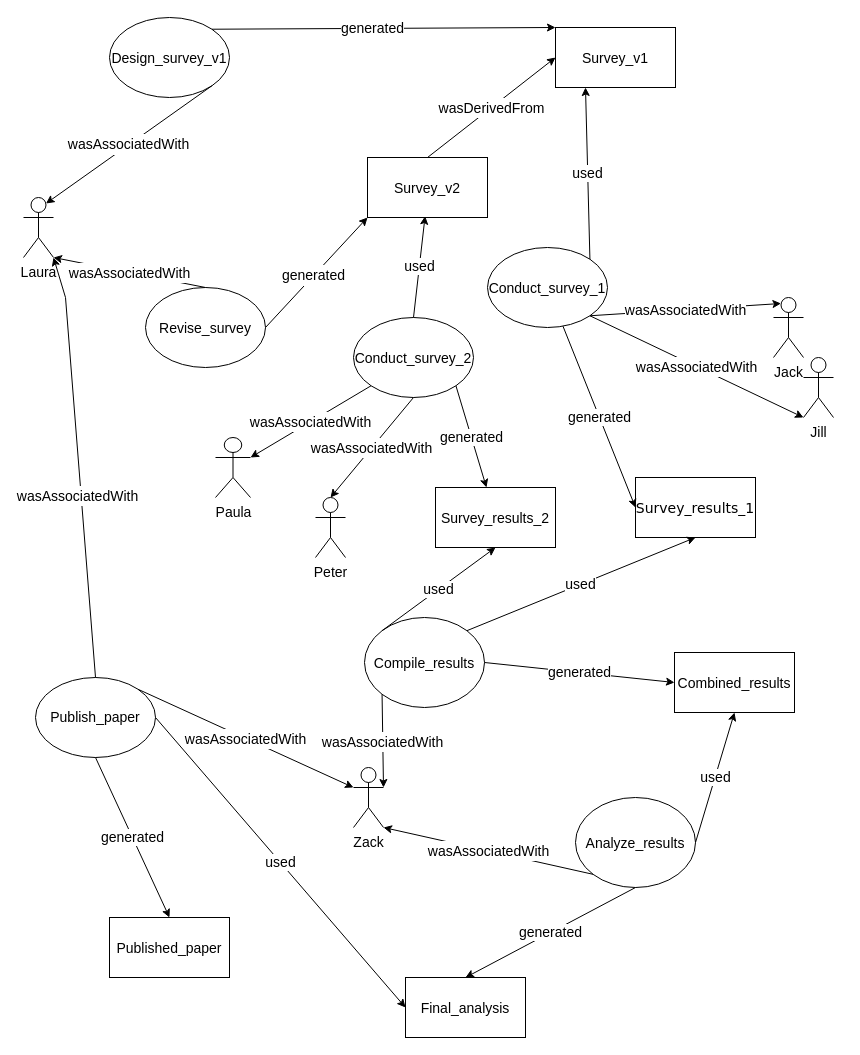
mragsp/Seminar3 keeps this draw.io diagram as seminar3.drawio. Above is the earlier version. Source tidied: cells renumbered, new cells numbered last; positions are measured from the earlier drawing's top-left corner, leaving out a move shared by most shapes. Both pictures are drawn from the tidied source at 100%, with x=0, y=0 at pixel (23, 17).
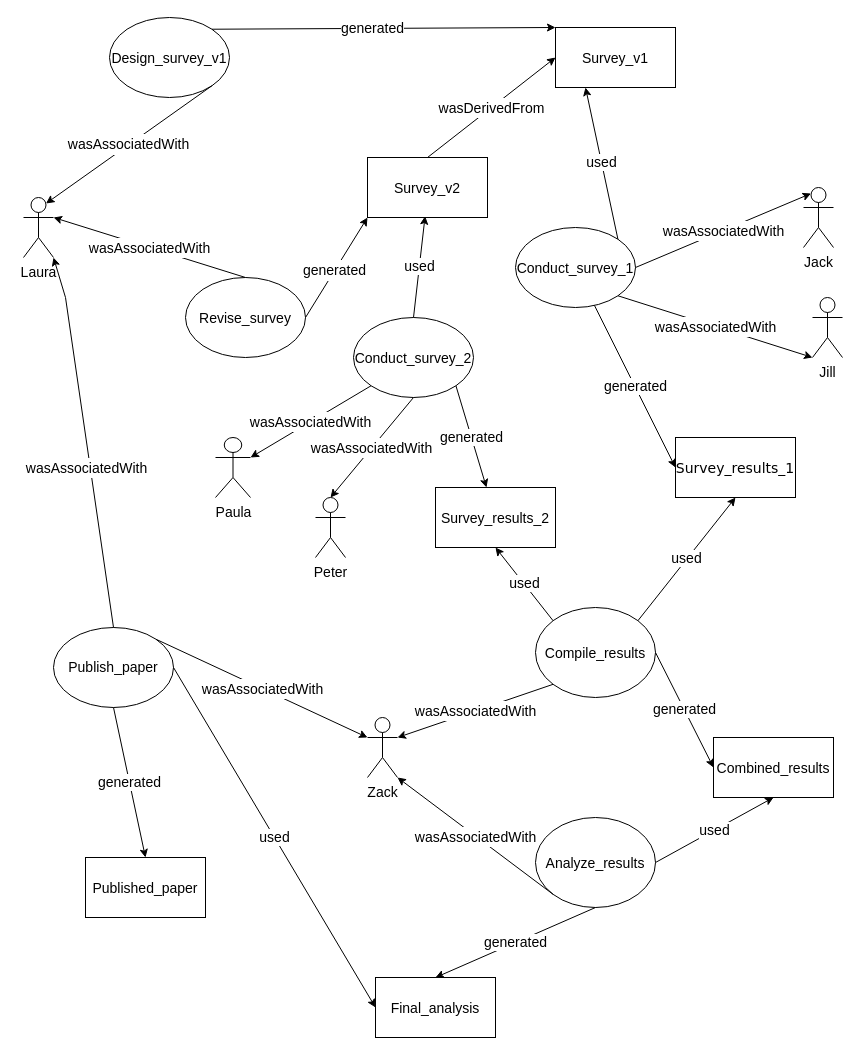
The same page after the edit.

The change refers to these unchanged cells:
```xml
<mxCell id="15" value="&lt;font style=&quot;font-size: 14px;&quot;&gt;Laura&lt;/font&gt;" style="shape=umlActor;verticalLabelPosition=bottom;verticalAlign=top;html=1;" parent="1" vertex="1">
  <mxGeometry y="180" width="30" height="60" as="geometry" />
</mxCell>
```

What changed in the source:
```diff
@@
     <mxCell id="4" value="&lt;div style=&quot;color: rgb(0, 0, 0); text-align: start; font-size: 14px; line-height: 20px;&quot;&gt;&lt;div style=&quot;color: rgb(0, 0, 0); line-height: 20px;&quot;&gt;&lt;font face=&quot;Verdana&quot;&gt;Survey_results_1&lt;/font&gt;&lt;/div&gt;&lt;/div&gt;" style="rounded=0;whiteSpace=wrap;html=1;" parent="1" vertex="1">
-      <mxGeometry x="612" y="460" width="120" height="60" as="geometry" />
+      <mxGeometry x="652" y="420" width="120" height="60" as="geometry" />
     </mxCell>
@@
     <mxCell id="6" value="&lt;div style=&quot;color: rgb(0, 0, 0); text-align: start; font-size: 14px; line-height: 20px;&quot;&gt;&lt;div style=&quot;color: rgb(0, 0, 0); line-height: 20px;&quot;&gt;&lt;font face=&quot;Helvetica&quot;&gt;Combined_results&lt;/font&gt;&lt;/div&gt;&lt;/div&gt;" style="rounded=0;whiteSpace=wrap;html=1;" parent="1" vertex="1">
-      <mxGeometry x="651" y="635" width="120" height="60" as="geometry" />
+      <mxGeometry x="690" y="720" width="120" height="60" as="geometry" />
     </mxCell>
     <mxCell id="7" value="&lt;div style=&quot;color: rgb(0, 0, 0); text-align: start; font-size: 14px; line-height: 20px;&quot;&gt;&lt;div style=&quot;color: rgb(0, 0, 0); line-height: 20px;&quot;&gt;&lt;font face=&quot;Helvetica&quot;&gt;Final_analysis&lt;/font&gt;&lt;/div&gt;&lt;/div&gt;" style="rounded=0;whiteSpace=wrap;html=1;" parent="1" vertex="1">
-      <mxGeometry x="382" y="960" width="120" height="60" as="geometry" />
+      <mxGeometry x="352" y="960" width="120" height="60" as="geometry" />
     </mxCell>
     <mxCell id="8" value="&lt;div style=&quot;color: rgb(0, 0, 0); text-align: start; font-size: 14px; line-height: 20px;&quot;&gt;Published_paper&lt;/div&gt;" style="rounded=0;whiteSpace=wrap;html=1;" parent="1" vertex="1">
-      <mxGeometry x="86" y="900" width="120" height="60" as="geometry" />
+      <mxGeometry x="62" y="840" width="120" height="60" as="geometry" />
     </mxCell>
@@
     <mxCell id="10" value="&lt;div style=&quot;color: rgb(0, 0, 0); text-align: start; font-size: 14px; line-height: 20px;&quot;&gt;&lt;font face=&quot;Helvetica&quot;&gt;Revise_survey&lt;/font&gt;&lt;/div&gt;" style="ellipse;whiteSpace=wrap;html=1;" parent="1" vertex="1">
-      <mxGeometry x="122" y="270" width="120" height="80" as="geometry" />
+      <mxGeometry x="162" y="260" width="120" height="80" as="geometry" />
     </mxCell>
     <mxCell id="11" value="&lt;div style=&quot;color: rgb(0, 0, 0); text-align: start; font-size: 14px; line-height: 20px;&quot;&gt;&lt;font face=&quot;Helvetica&quot;&gt;Conduct_survey_1&lt;/font&gt;&lt;/div&gt;" style="ellipse;whiteSpace=wrap;html=1;" parent="1" vertex="1">
-      <mxGeometry x="464" y="230" width="120" height="80" as="geometry" />
+      <mxGeometry x="492" y="210" width="120" height="80" as="geometry" />
     </mxCell>
@@
     <mxCell id="13" value="&lt;div style=&quot;color: rgb(0, 0, 0); text-align: start; font-size: 14px; line-height: 20px;&quot;&gt;&lt;font face=&quot;Helvetica&quot;&gt;Compile_results&lt;/font&gt;&lt;/div&gt;" style="ellipse;whiteSpace=wrap;html=1;" parent="1" vertex="1">
-      <mxGeometry x="341" y="600" width="120" height="90" as="geometry" />
+      <mxGeometry x="512" y="590" width="120" height="90" as="geometry" />
     </mxCell>
     <mxCell id="14" value="&lt;div style=&quot;color: rgb(0, 0, 0); text-align: start; font-size: 14px; line-height: 20px;&quot;&gt;&lt;font face=&quot;Helvetica&quot;&gt;Analyze_results&lt;/font&gt;&lt;/div&gt;" style="ellipse;whiteSpace=wrap;html=1;" parent="1" vertex="1">
-      <mxGeometry x="552" y="780" width="120" height="90" as="geometry" />
+      <mxGeometry x="512" y="800" width="120" height="90" as="geometry" />
     </mxCell>
@@
     <mxCell id="16" value="&lt;font style=&quot;font-size: 14px;&quot;&gt;Jack&lt;/font&gt;" style="shape=umlActor;verticalLabelPosition=bottom;verticalAlign=top;html=1;" parent="1" vertex="1">
-      <mxGeometry x="750" y="280" width="30" height="60" as="geometry" />
+      <mxGeometry x="780" y="170" width="30" height="60" as="geometry" />
     </mxCell>
     <mxCell id="17" value="&lt;font style=&quot;font-size: 14px;&quot;&gt;Jill&lt;/font&gt;" style="shape=umlActor;verticalLabelPosition=bottom;verticalAlign=top;html=1;" parent="1" vertex="1">
-      <mxGeometry x="780" y="340" width="30" height="60" as="geometry" />
+      <mxGeometry x="789" y="280" width="30" height="60" as="geometry" />
     </mxCell>
@@
     <mxCell id="20" value="&lt;font style=&quot;font-size: 14px;&quot;&gt;Zack&lt;/font&gt;" style="shape=umlActor;verticalLabelPosition=bottom;verticalAlign=top;html=1;" parent="1" vertex="1">
-      <mxGeometry x="330" y="750" width="30" height="60" as="geometry" />
+      <mxGeometry x="344" y="700" width="30" height="60" as="geometry" />
     </mxCell>
@@
     <mxCell id="24" value="&lt;font style=&quot;font-size: 14px;&quot;&gt;Publish_paper&lt;/font&gt;" style="ellipse;whiteSpace=wrap;html=1;" parent="1" vertex="1">
-      <mxGeometry x="12" y="660" width="120" height="80" as="geometry" />
+      <mxGeometry x="30" y="610" width="120" height="80" as="geometry" />
     </mxCell>
@@
-    <mxCell id="28" value="&lt;div style=&quot;font-size: 14px; font-style: normal; font-weight: 400; line-height: 20px;&quot;&gt;&lt;font face=&quot;Helvetica&quot;&gt;wasAssociatedWith&lt;/font&gt;&lt;/div&gt;" style="endArrow=classic;html=1;rounded=0;exitX=0.5;exitY=0;exitDx=0;exitDy=0;entryX=1;entryY=0.3333333333333333;entryDx=0;entryDy=0;entryPerimeter=0;" parent="1" edge="1" source="10">
-      <mxGeometry relative="1" as="geometry">
-        <mxPoint x="30" y="240" as="targetPoint" />
-      </mxGeometry>
+    <mxCell id="28" value="&lt;div style=&quot;font-size: 14px; font-style: normal; font-weight: 400; line-height: 20px;&quot;&gt;&lt;font face=&quot;Helvetica&quot;&gt;wasAssociatedWith&lt;/font&gt;&lt;/div&gt;" style="endArrow=classic;html=1;rounded=0;exitX=0.5;exitY=0;exitDx=0;exitDy=0;entryX=1;entryY=0.3333333333333333;entryDx=0;entryDy=0;entryPerimeter=0;" parent="1" edge="1" source="10" target="15">
+      <mxGeometry relative="1" as="geometry" />
     </mxCell>
@@
-    <mxCell id="32" value="&lt;div style=&quot;font-size: 14px; font-style: normal; font-weight: 400; line-height: 20px;&quot;&gt;&lt;font face=&quot;Helvetica&quot;&gt;wasAssociatedWith&lt;/font&gt;&lt;/div&gt;" style="endArrow=classic;html=1;rounded=0;exitX=1;exitY=1;exitDx=0;exitDy=0;entryX=0.25;entryY=0.1;entryDx=0;entryDy=0;entryPerimeter=0;" parent="1" edge="1" source="11" target="16">
+    <mxCell id="32" value="&lt;div style=&quot;font-size: 14px; font-style: normal; font-weight: 400; line-height: 20px;&quot;&gt;&lt;font face=&quot;Helvetica&quot;&gt;wasAssociatedWith&lt;/font&gt;&lt;/div&gt;" style="endArrow=classic;html=1;rounded=0;exitX=1;exitY=0.5;exitDx=0;exitDy=0;entryX=0.25;entryY=0.1;entryDx=0;entryDy=0;entryPerimeter=0;" parent="1" edge="1" source="11" target="16">
       <mxGeometry relative="1" as="geometry" />
     </mxCell>
```
